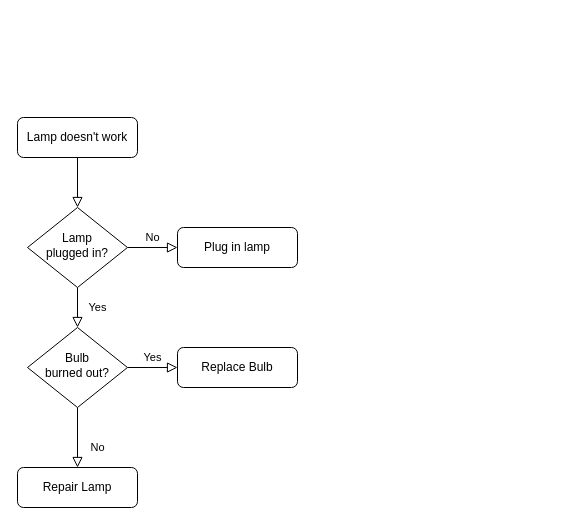
This is Main Gameplay Loop.drawio from OneBogdan01/tmpl8WSL2, a draw.io file, before an edit. Source tidied: cells renumbered, new cells numbered last; positions are measured from the earlier drawing's top-left corner, leaving out a move shared by most shapes. Both pictures are drawn from the tidied source at 100%, with x=0, y=0 at pixel (17, 117).
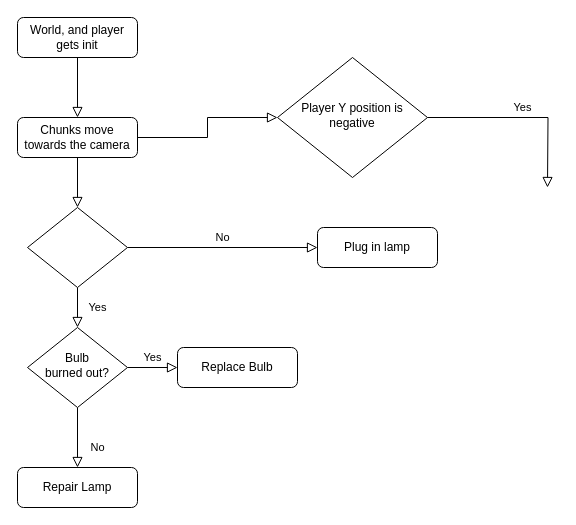
After the change.

The edit, as a diff of the source:
```diff
@@
 <mxGraphModel>
   <root>
     <mxCell id="0" />
     <mxCell id="1" parent="0" />
     <mxCell id="2" style="rounded=0;html=1;jettySize=auto;fontSize=11;endArrow=block;endFill=0;endSize=8;strokeWidth=1;shadow=0;labelBackgroundColor=none;edgeStyle=orthogonalEdgeStyle;" parent="1" edge="1" source="3" target="6">
       <mxGeometry relative="1" as="geometry" />
     </mxCell>
-    <mxCell id="3" value="Lamp doesn't work" style="rounded=1;whiteSpace=wrap;html=1;fontSize=12;glass=0;strokeWidth=1;shadow=0;" parent="1" vertex="1">
+    <mxCell id="3" value="&lt;div&gt;Chunks move towards the camera&lt;/div&gt;" style="rounded=1;whiteSpace=wrap;html=1;fontSize=12;glass=0;strokeWidth=1;shadow=0;" parent="1" vertex="1">
       <mxGeometry width="120" height="40" as="geometry" />
     </mxCell>
     <mxCell id="4" value="Yes" style="rounded=0;html=1;jettySize=auto;fontSize=11;endArrow=block;endFill=0;endSize=8;strokeWidth=1;shadow=0;labelBackgroundColor=none;edgeStyle=orthogonalEdgeStyle;" parent="1" edge="1" source="6" target="10">
       <mxGeometry y="20" relative="1" as="geometry" />
     </mxCell>
     <mxCell id="5" value="No" style="edgeStyle=orthogonalEdgeStyle;rounded=0;html=1;jettySize=auto;fontSize=11;endArrow=block;endFill=0;endSize=8;strokeWidth=1;shadow=0;labelBackgroundColor=none;" parent="1" edge="1" source="6" target="7">
       <mxGeometry y="10" relative="1" as="geometry" />
     </mxCell>
-    <mxCell id="6" value="Lamp&lt;br&gt;plugged in?" style="rhombus;whiteSpace=wrap;html=1;shadow=0;fontFamily=Helvetica;fontSize=12;align=center;strokeWidth=1;spacing=6;spacingTop=-4;" parent="1" vertex="1">
+    <mxCell id="6" style="rhombus;whiteSpace=wrap;html=1;shadow=0;fontFamily=Helvetica;fontSize=12;align=center;strokeWidth=1;spacing=6;spacingTop=-4;" parent="1" vertex="1">
       <mxGeometry x="10" y="90" width="100" height="80" as="geometry" />
     </mxCell>
     <mxCell id="7" value="Plug in lamp" style="rounded=1;whiteSpace=wrap;html=1;fontSize=12;glass=0;strokeWidth=1;shadow=0;" parent="1" vertex="1">
-      <mxGeometry x="160" y="110" width="120" height="40" as="geometry" />
+      <mxGeometry x="300" y="110" width="120" height="40" as="geometry" />
     </mxCell>
     <mxCell id="8" value="No" style="rounded=0;html=1;jettySize=auto;fontSize=11;endArrow=block;endFill=0;endSize=8;strokeWidth=1;shadow=0;labelBackgroundColor=none;edgeStyle=orthogonalEdgeStyle;" parent="1" edge="1" source="10" target="11">
       <mxGeometry x="0.33" y="20" relative="1" as="geometry" />
     </mxCell>
     <mxCell id="9" value="Yes" style="edgeStyle=orthogonalEdgeStyle;rounded=0;html=1;jettySize=auto;fontSize=11;endArrow=block;endFill=0;endSize=8;strokeWidth=1;shadow=0;labelBackgroundColor=none;" parent="1" edge="1" source="10" target="12">
       <mxGeometry y="10" relative="1" as="geometry" />
     </mxCell>
     <mxCell id="10" value="Bulb&lt;br&gt;burned out?" style="rhombus;whiteSpace=wrap;html=1;shadow=0;fontFamily=Helvetica;fontSize=12;align=center;strokeWidth=1;spacing=6;spacingTop=-4;" parent="1" vertex="1">
       <mxGeometry x="10" y="210" width="100" height="80" as="geometry" />
     </mxCell>
     <mxCell id="11" value="Repair Lamp" style="rounded=1;whiteSpace=wrap;html=1;fontSize=12;glass=0;strokeWidth=1;shadow=0;" parent="1" vertex="1">
       <mxGeometry y="350" width="120" height="40" as="geometry" />
     </mxCell>
     <mxCell id="12" value="Replace Bulb" style="rounded=1;whiteSpace=wrap;html=1;fontSize=12;glass=0;strokeWidth=1;shadow=0;" parent="1" vertex="1">
       <mxGeometry x="160" y="230" width="120" height="40" as="geometry" />
     </mxCell>
+    <mxCell id="13" value="World, and player gets init" style="rounded=1;whiteSpace=wrap;html=1;fontSize=12;glass=0;strokeWidth=1;shadow=0;" parent="1" vertex="1">
+      <mxGeometry y="-100" width="120" height="40" as="geometry" />
+    </mxCell>
+    <mxCell id="14" style="rounded=0;html=1;jettySize=auto;fontSize=11;endArrow=block;endFill=0;endSize=8;strokeWidth=1;shadow=0;labelBackgroundColor=none;edgeStyle=orthogonalEdgeStyle;entryX=0.5;entryY=0;entryDx=0;entryDy=0;" parent="1" edge="1" source="13" target="3">
+      <mxGeometry relative="1" as="geometry" />
+    </mxCell>
+    <mxCell id="15" style="rounded=0;html=1;jettySize=auto;fontSize=11;endArrow=block;endFill=0;endSize=8;strokeWidth=1;shadow=0;labelBackgroundColor=none;edgeStyle=orthogonalEdgeStyle;exitX=1;exitY=0.5;exitDx=0;exitDy=0;" parent="1" edge="1" source="3" target="16">
+      <mxGeometry relative="1" as="geometry" />
+    </mxCell>
+    <mxCell id="16" value="Player Y position is negative" style="rhombus;whiteSpace=wrap;html=1;shadow=0;fontFamily=Helvetica;fontSize=12;align=center;strokeWidth=1;spacing=6;spacingTop=-4;" parent="1" vertex="1">
+      <mxGeometry x="260" y="-60" width="150" height="120" as="geometry" />
+    </mxCell>
+    <mxCell id="17" value="&lt;div&gt;Yes&lt;/div&gt;" style="edgeStyle=orthogonalEdgeStyle;rounded=0;html=1;jettySize=auto;fontSize=11;endArrow=block;endFill=0;endSize=8;strokeWidth=1;shadow=0;labelBackgroundColor=none;" parent="1" edge="1" source="16">
+      <mxGeometry y="10" relative="1" as="geometry">
+        <mxPoint x="530" y="70" as="targetPoint" />
+      </mxGeometry>
+    </mxCell>
   </root>
 </mxGraphModel>
```
